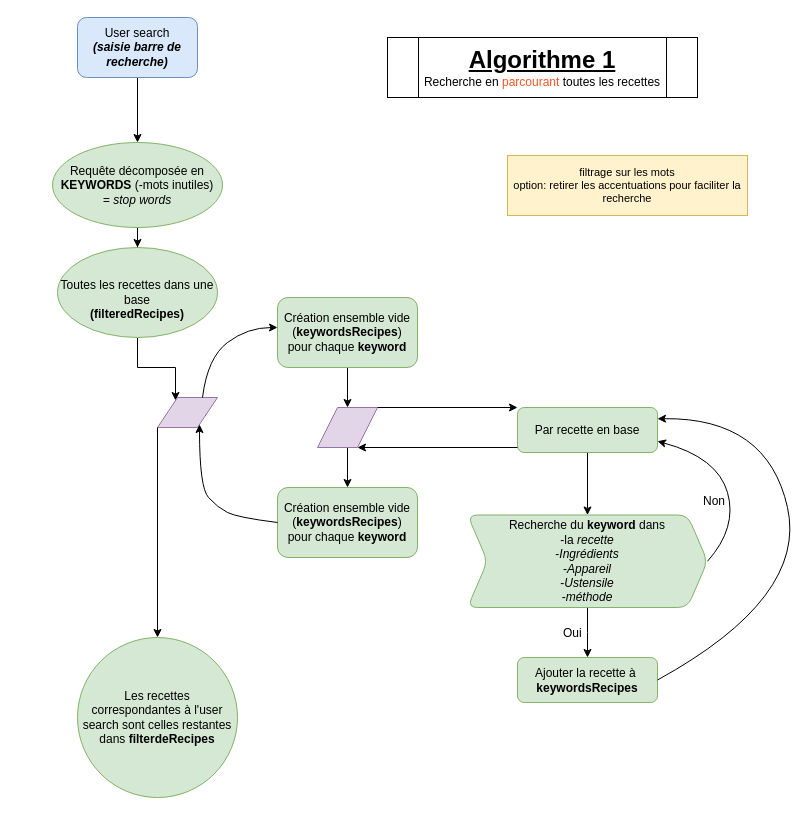
Cdrohm/theraudclement_7_24022022 keeps this draw.io diagram as investigations/algorithme 1 parcours des recettes en base.drawio. Above is the earlier version. Source tidied: cells renumbered, new cells numbered last; positions are measured from the earlier drawing's top-left corner, leaving out a move shared by most shapes. Both pictures are drawn from the tidied source at 100%, with x=0, y=0 at pixel (52, 17).
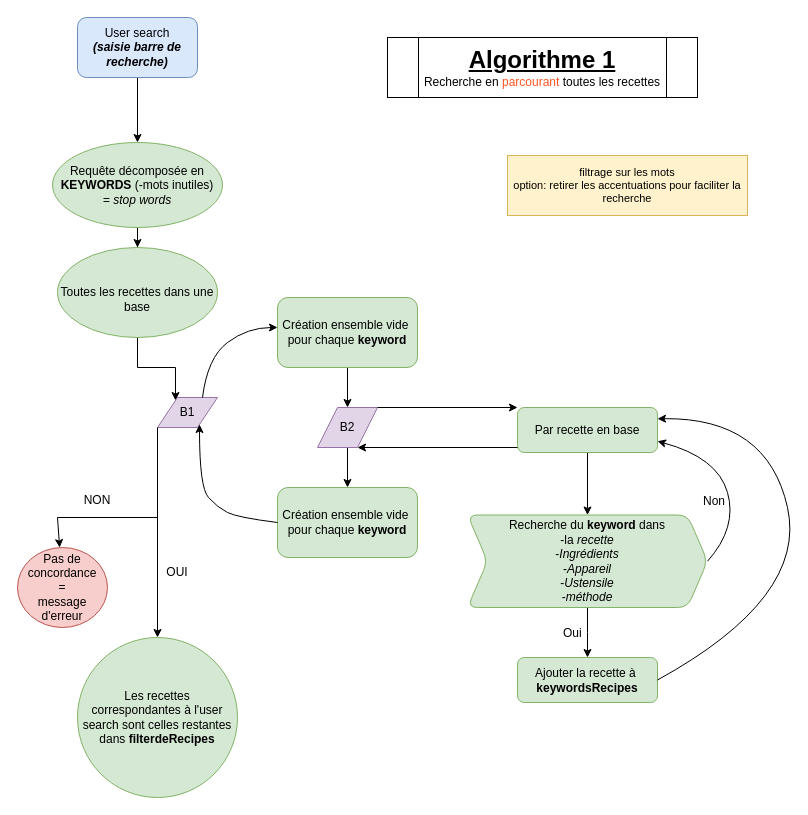
Above is the later version.

What changed in the source:
```diff
@@
-    <mxCell id="7" value="&lt;br&gt;Toutes les recettes dans une base&lt;br&gt;&lt;b&gt;(filteredRecipes)&lt;/b&gt;" style="ellipse;whiteSpace=wrap;html=1;fillColor=#d5e8d4;strokeColor=#82b366;rounded=1;glass=0;strokeWidth=1;shadow=0;" parent="1" vertex="1">
+    <mxCell id="7" value="&lt;br&gt;Toutes les recettes dans une base&lt;br&gt;" style="ellipse;whiteSpace=wrap;html=1;fillColor=#d5e8d4;strokeColor=#82b366;rounded=1;glass=0;strokeWidth=1;shadow=0;" parent="1" vertex="1">
       <mxGeometry x="5" y="230" width="160" height="90" as="geometry" />
     </mxCell>
-    <mxCell id="8" style="shape=parallelogram;perimeter=parallelogramPerimeter;whiteSpace=wrap;html=1;fixedSize=1;fillColor=#e1d5e7;strokeColor=#9673a6;" parent="1" vertex="1">
+    <mxCell id="8" value="B1" style="shape=parallelogram;perimeter=parallelogramPerimeter;whiteSpace=wrap;html=1;fixedSize=1;fillColor=#e1d5e7;strokeColor=#9673a6;" parent="1" vertex="1">
       <mxGeometry x="105" y="380" width="60" height="30" as="geometry" />
     </mxCell>
@@
-    <mxCell id="10" value="Création ensemble vide (&lt;b&gt;keywordsRecipes&lt;/b&gt;)&lt;br&gt;pour chaque &lt;b&gt;keyword&lt;/b&gt;" style="rounded=1;whiteSpace=wrap;html=1;fillColor=#d5e8d4;strokeColor=#82b366;" parent="1" vertex="1">
+    <mxCell id="10" value="Création ensemble vide&amp;nbsp;&lt;br&gt;pour chaque &lt;b&gt;keyword&lt;/b&gt;" style="rounded=1;whiteSpace=wrap;html=1;fillColor=#d5e8d4;strokeColor=#82b366;" parent="1" vertex="1">
       <mxGeometry x="225" y="280" width="140" height="70" as="geometry" />
     </mxCell>
@@
-    <mxCell id="13" style="shape=parallelogram;perimeter=parallelogramPerimeter;whiteSpace=wrap;html=1;fixedSize=1;fillColor=#e1d5e7;strokeColor=#9673a6;" parent="1" vertex="1">
+    <mxCell id="13" value="B2" style="shape=parallelogram;perimeter=parallelogramPerimeter;whiteSpace=wrap;html=1;fixedSize=1;fillColor=#e1d5e7;strokeColor=#9673a6;" parent="1" vertex="1">
       <mxGeometry x="265" y="390" width="60" height="40" as="geometry" />
     </mxCell>
-    <mxCell id="14" value="Création ensemble vide (&lt;b&gt;keywordsRecipes&lt;/b&gt;)&lt;br&gt;pour chaque &lt;b&gt;keyword&lt;/b&gt;" style="rounded=1;whiteSpace=wrap;html=1;fillColor=#d5e8d4;strokeColor=#82b366;" parent="1" vertex="1">
+    <mxCell id="14" value="Création ensemble vide&amp;nbsp;&lt;br&gt;pour chaque &lt;b&gt;keyword&lt;/b&gt;" style="rounded=1;whiteSpace=wrap;html=1;fillColor=#d5e8d4;strokeColor=#82b366;" parent="1" vertex="1">
       <mxGeometry x="225" y="470" width="140" height="70" as="geometry" />
     </mxCell>
@@
+    <mxCell id="31" value="Pas de concordance&lt;br&gt;=&lt;br&gt;message d'erreur" style="ellipse;whiteSpace=wrap;html=1;fillColor=#f8cecc;strokeColor=#b85450;rounded=1;glass=0;strokeWidth=1;shadow=0;" parent="1" vertex="1">
+      <mxGeometry x="-35" y="530" width="90" height="80" as="geometry" />
+    </mxCell>
+    <mxCell id="32" style="endArrow=none;html=1;rounded=0;" parent="1" edge="1">
+      <mxGeometry relative="1" as="geometry">
+        <mxPoint x="105" y="500" as="sourcePoint" />
+        <mxPoint x="5" y="500" as="targetPoint" />
+      </mxGeometry>
+    </mxCell>
+    <mxCell id="33" style="endArrow=classic;html=1;rounded=0;" parent="1" edge="1" target="31">
+      <mxGeometry relative="1" as="geometry">
+        <mxPoint x="5" y="500" as="sourcePoint" />
+      </mxGeometry>
+    </mxCell>
+    <mxCell id="34" value="OUI" style="text;html=1;strokeColor=none;fillColor=none;align=center;verticalAlign=middle;whiteSpace=wrap;rounded=0;" parent="1" vertex="1">
+      <mxGeometry x="95" y="540" width="60" height="30" as="geometry" />
+    </mxCell>
+    <mxCell id="35" value="NON" style="text;html=1;strokeColor=none;fillColor=none;align=center;verticalAlign=middle;whiteSpace=wrap;rounded=0;" parent="1" vertex="1">
+      <mxGeometry x="15" y="467.5" width="60" height="30" as="geometry" />
+    </mxCell>
```
